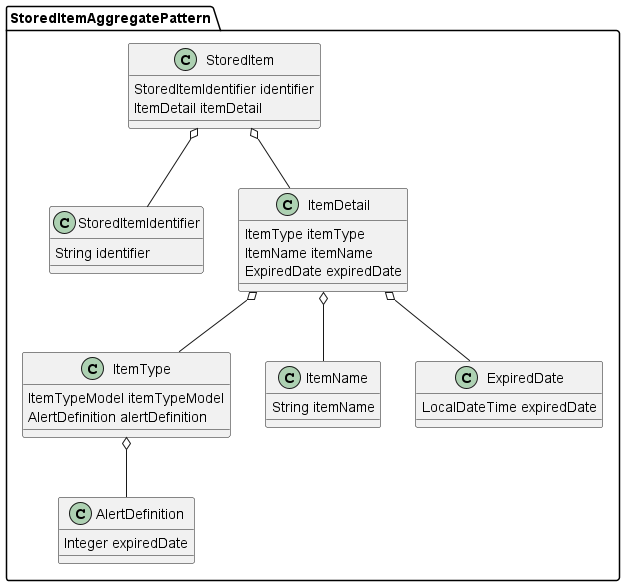
Earlier version of the PlantUML export doc/images/storedItem.png (zoeque/limitchecker-spring-boot). The source it was exported from:
```plantuml
@startuml
package StoredItemAggregatePattern {
  class StoredItem{
    StoredItemIdentifier identifier
    ItemDetail itemDetail
  }
  class StoredItemIdentifier {
    String identifier
  }
  class ItemDetail {
    ItemType itemType
    ItemName itemName
    ExpiredDate expiredDate
  }

  class ItemType {
    ItemTypeModel itemTypeModel
    AlertDefinition alertDefinition
  }
  class AlertDefinition {
    Integer expiredDate
  }
  class ItemName {
    String itemName
  }
  class ExpiredDate {
    LocalDateTime expiredDate
  }
}
StoredItem o-- StoredItemIdentifier
StoredItem o-- ItemDetail
ItemDetail o-- ItemName
ItemDetail o-- ItemType
ItemDetail o-- ExpiredDate
ItemType o-- AlertDefinition
@enduml
```
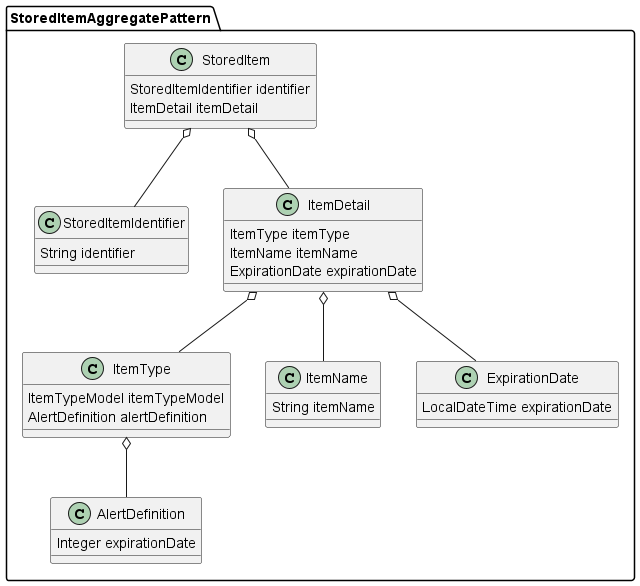
After the commit.

Change to the diagram source:
```diff
@@ -10,7 +10,7 @@
   class ItemDetail {
     ItemType itemType
     ItemName itemName
-    ExpiredDate expiredDate
+    ExpirationDate expirationDate
   }
 
   class ItemType {
@@ -18,19 +18,19 @@
     AlertDefinition alertDefinition
   }
   class AlertDefinition {
-    Integer expiredDate
+    Integer expirationDate
   }
   class ItemName {
     String itemName
   }
-  class ExpiredDate {
-    LocalDateTime expiredDate
+  class ExpirationDate {
+    LocalDateTime expirationDate
   }
 }
 StoredItem o-- StoredItemIdentifier
 StoredItem o-- ItemDetail
 ItemDetail o-- ItemName
 ItemDetail o-- ItemType
-ItemDetail o-- ExpiredDate
+ItemDetail o-- ExpirationDate
 ItemType o-- AlertDefinition
 @enduml
```
